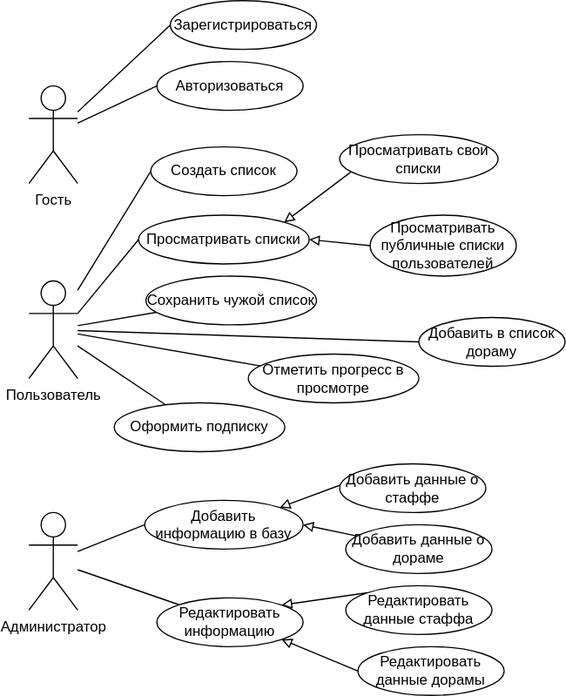
Before: docs/img/use-case.svg, a diagram exported from draw.io (AskaryanKarine/DoramaSet). Source tidied: cells renumbered, new cells last; positions are measured from the earlier drawing's top-left corner, leaving out a move shared by most shapes.
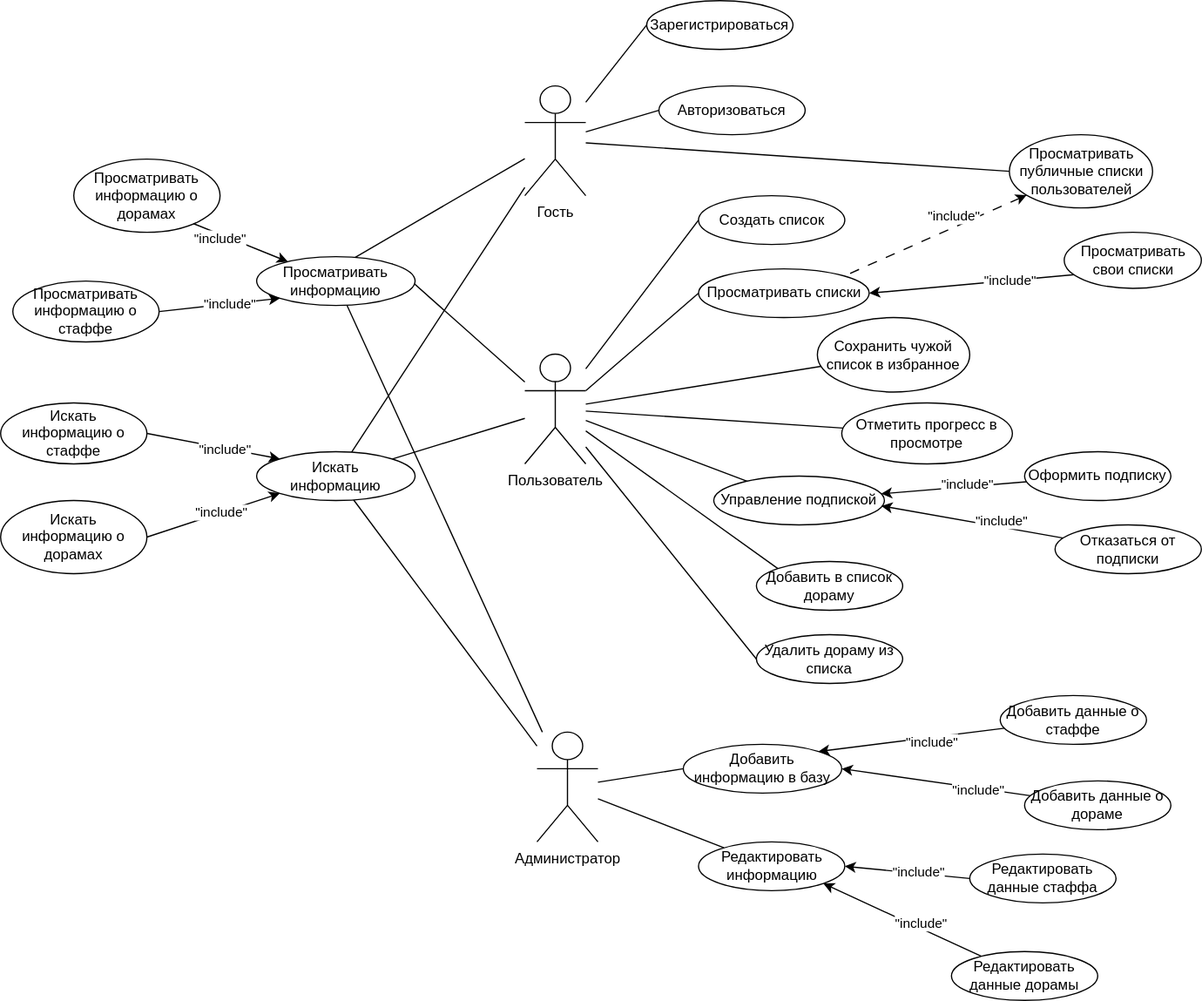
Above is the later version.

The edit, as a diff of the source:
```diff
@@ -8,14 +8,20 @@
     <mxCell id="3" style="edgeStyle=none;rounded=0;jettySize=auto;html=1;entryX=0;entryY=0.5;entryDx=0;entryDy=0;endArrow=none;endFill=0;" parent="1" edge="1" source="4" target="6">
       <mxGeometry relative="1" as="geometry" />
     </mxCell>
+    <mxCell id="37" style="edgeStyle=none;rounded=0;jettySize=auto;html=1;entryX=0.611;entryY=0.035;entryDx=0;entryDy=0;entryPerimeter=0;endArrow=none;endFill=0;" parent="1" edge="1" source="4" target="54">
+      <mxGeometry relative="1" as="geometry" />
+    </mxCell>
+    <mxCell id="38" style="edgeStyle=none;rounded=0;jettySize=auto;html=1;entryX=0;entryY=0.5;entryDx=0;entryDy=0;endArrow=none;endFill=0;" parent="1" edge="1" source="4" target="19">
+      <mxGeometry relative="1" as="geometry" />
+    </mxCell>
     <mxCell id="4" value="Гость" style="shape=umlActor;verticalLabelPosition=bottom;verticalAlign=top;html=1;outlineConnect=0;" parent="1" vertex="1">
-      <mxGeometry y="70" width="40" height="80" as="geometry" />
+      <mxGeometry x="-10" width="50" height="90" as="geometry" />
     </mxCell>
     <mxCell id="5" value="Зарегистрироваться" style="ellipse;whiteSpace=wrap;html=1;" parent="1" vertex="1">
-      <mxGeometry x="116" width="120" height="40" as="geometry" />
+      <mxGeometry x="90" y="-70" width="120" height="40" as="geometry" />
     </mxCell>
     <mxCell id="6" value="Авторизоваться" style="ellipse;whiteSpace=wrap;html=1;" parent="1" vertex="1">
-      <mxGeometry x="105" y="50" width="120" height="40" as="geometry" />
+      <mxGeometry x="100" width="120" height="40" as="geometry" />
     </mxCell>
     <mxCell id="7" style="rounded=0;jettySize=auto;html=1;entryX=0;entryY=0.5;entryDx=0;entryDy=0;endArrow=none;endFill=0;" parent="1" edge="1" source="10" target="13">
       <mxGeometry relative="1" as="geometry" />
@@ -23,89 +29,196 @@
     <mxCell id="8" style="edgeStyle=none;rounded=0;jettySize=auto;html=1;entryX=0;entryY=0.5;entryDx=0;entryDy=0;endArrow=none;endFill=0;exitX=1;exitY=0.3333333333333333;exitDx=0;exitDy=0;exitPerimeter=0;" parent="1" edge="1" source="10" target="15">
       <mxGeometry relative="1" as="geometry" />
     </mxCell>
-    <mxCell id="9" style="rounded=0;jettySize=auto;html=1;entryX=0;entryY=0.5;entryDx=0;entryDy=0;endArrow=none;endFill=0;" parent="1" edge="1" source="10" target="32">
+    <mxCell id="9" style="rounded=0;jettySize=auto;html=1;entryX=0;entryY=0;entryDx=0;entryDy=0;endArrow=none;endFill=0;" parent="1" edge="1" source="10" target="32">
       <mxGeometry relative="1" as="geometry" />
     </mxCell>
+    <mxCell id="39" style="edgeStyle=none;rounded=0;jettySize=auto;html=1;entryX=1;entryY=0;entryDx=0;entryDy=0;endArrow=none;endFill=0;" parent="1" edge="1" source="10" target="54">
+      <mxGeometry relative="1" as="geometry" />
+    </mxCell>
+    <mxCell id="40" style="edgeStyle=none;rounded=0;jettySize=auto;html=1;entryX=0;entryY=0.5;entryDx=0;entryDy=0;endArrow=none;endFill=0;" parent="1" edge="1" source="10" target="61">
+      <mxGeometry relative="1" as="geometry" />
+    </mxCell>
     <mxCell id="10" value="Пользователь" style="shape=umlActor;verticalLabelPosition=bottom;verticalAlign=top;html=1;outlineConnect=0;" parent="1" vertex="1">
-      <mxGeometry y="230" width="40" height="80" as="geometry" />
+      <mxGeometry x="-10" y="220" width="50" height="90" as="geometry" />
     </mxCell>
     <mxCell id="11" style="edgeStyle=none;rounded=0;jettySize=auto;html=1;entryX=0;entryY=0.5;entryDx=0;entryDy=0;endArrow=none;endFill=0;" parent="1" edge="1" source="12" target="14">
       <mxGeometry relative="1" as="geometry" />
     </mxCell>
     <mxCell id="12" value="Администратор" style="shape=umlActor;verticalLabelPosition=bottom;verticalAlign=top;html=1;outlineConnect=0;" parent="1" vertex="1">
-      <mxGeometry y="420" width="40" height="80" as="geometry" />
+      <mxGeometry y="530" width="50" height="90" as="geometry" />
     </mxCell>
     <mxCell id="13" value="Создать список" style="ellipse;whiteSpace=wrap;html=1;" parent="1" vertex="1">
-      <mxGeometry x="100" y="120" width="120" height="40" as="geometry" />
+      <mxGeometry x="132.5" y="90" width="120" height="40" as="geometry" />
     </mxCell>
     <mxCell id="14" value="Добавить информацию в базу" style="ellipse;whiteSpace=wrap;html=1;" parent="1" vertex="1">
-      <mxGeometry x="95" y="410" width="130" height="40" as="geometry" />
+      <mxGeometry x="120" y="540" width="130" height="40" as="geometry" />
     </mxCell>
     <mxCell id="15" value="Просматривать списки" style="ellipse;whiteSpace=wrap;html=1;" parent="1" vertex="1">
-      <mxGeometry x="90" y="176" width="140" height="40" as="geometry" />
+      <mxGeometry x="132.5" y="150" width="140" height="40" as="geometry" />
     </mxCell>
-    <mxCell id="16" style="edgeStyle=none;rounded=0;jettySize=auto;html=1;endArrow=block;endFill=0;exitX=0.075;exitY=0.755;exitDx=0;exitDy=0;exitPerimeter=0;entryX=1;entryY=0;entryDx=0;entryDy=0;" parent="1" edge="1" source="17" target="15">
+    <mxCell id="16" style="edgeStyle=none;rounded=0;jettySize=auto;html=1;endArrow=classic;endFill=1;exitX=0.075;exitY=0.755;exitDx=0;exitDy=0;exitPerimeter=0;entryX=1;entryY=0.5;entryDx=0;entryDy=0;" parent="1" edge="1" source="17" target="15">
       <mxGeometry relative="1" as="geometry" />
     </mxCell>
+    <mxCell id="41" value="&quot;include&quot;" style="edgeLabel;html=1;align=center;verticalAlign=middle;" parent="16" vertex="1">
+      <mxGeometry x="-0.36" y="1" relative="1" as="geometry">
+        <mxPoint y="-1" as="offset" />
+      </mxGeometry>
+    </mxCell>
     <mxCell id="17" value="Просматривать свои списки" style="ellipse;whiteSpace=wrap;html=1;" parent="1" vertex="1">
-      <mxGeometry x="255" y="110" width="130" height="40" as="geometry" />
+      <mxGeometry x="432.5" y="120" width="112.5" height="46" as="geometry" />
     </mxCell>
-    <mxCell id="18" style="edgeStyle=none;rounded=0;jettySize=auto;html=1;exitX=0;exitY=0.5;exitDx=0;exitDy=0;entryX=1;entryY=0.5;entryDx=0;entryDy=0;endArrow=block;endFill=0;" parent="1" edge="1" source="19" target="15">
+    <mxCell id="18" style="rounded=0;jettySize=auto;html=1;entryX=1;entryY=0;entryDx=0;entryDy=0;dashed=1;dashPattern=8 8;startArrow=classic;startFill=1;endArrow=none;endFill=0;" parent="1" edge="1" source="19" target="15">
       <mxGeometry relative="1" as="geometry" />
     </mxCell>
+    <mxCell id="42" value="&quot;include&quot;" style="edgeLabel;html=1;align=center;verticalAlign=middle;" parent="18" vertex="1">
+      <mxGeometry x="-0.21" y="5" relative="1" as="geometry">
+        <mxPoint x="-4" y="-14" as="offset" />
+      </mxGeometry>
+    </mxCell>
     <mxCell id="19" value="Просматривать публичные списки пользователей" style="ellipse;whiteSpace=wrap;html=1;" parent="1" vertex="1">
-      <mxGeometry x="280" y="176" width="120" height="50" as="geometry" />
+      <mxGeometry x="387.5" y="40" width="117.5" height="60" as="geometry" />
     </mxCell>
     <mxCell id="20" style="edgeStyle=none;rounded=0;jettySize=auto;html=1;endArrow=none;endFill=0;" parent="1" edge="1" source="21" target="12">
       <mxGeometry relative="1" as="geometry" />
     </mxCell>
     <mxCell id="21" value="Редактировать информацию" style="ellipse;whiteSpace=wrap;html=1;" parent="1" vertex="1">
-      <mxGeometry x="105" y="490" width="120" height="40" as="geometry" />
+      <mxGeometry x="132.5" y="620" width="120" height="40" as="geometry" />
     </mxCell>
-    <mxCell id="22" style="edgeStyle=none;rounded=0;jettySize=auto;html=1;endArrow=block;endFill=0;entryX=1;entryY=0;entryDx=0;entryDy=0;exitX=0;exitY=0;exitDx=0;exitDy=0;" parent="1" edge="1" source="23" target="21">
+    <mxCell id="22" style="edgeStyle=none;rounded=0;jettySize=auto;html=1;endArrow=classic;endFill=1;entryX=1;entryY=0.5;entryDx=0;entryDy=0;exitX=0;exitY=0.5;exitDx=0;exitDy=0;" parent="1" edge="1" source="23" target="21">
       <mxGeometry relative="1" as="geometry" />
     </mxCell>
+    <mxCell id="43" value="&quot;include&quot;" style="edgeLabel;html=1;align=center;verticalAlign=middle;" parent="22" vertex="1">
+      <mxGeometry x="-0.17" y="-1" relative="1" as="geometry" />
+    </mxCell>
     <mxCell id="23" value="Редактировать данные стаффа" style="ellipse;whiteSpace=wrap;html=1;" parent="1" vertex="1">
-      <mxGeometry x="260" y="480" width="120" height="40" as="geometry" />
+      <mxGeometry x="355" y="630" width="120" height="40" as="geometry" />
     </mxCell>
-    <mxCell id="24" style="edgeStyle=none;rounded=0;jettySize=auto;html=1;endArrow=block;endFill=0;entryX=1;entryY=1;entryDx=0;entryDy=0;exitX=0;exitY=0.5;exitDx=0;exitDy=0;" parent="1" edge="1" source="25" target="21">
+    <mxCell id="24" style="edgeStyle=none;rounded=0;jettySize=auto;html=1;endArrow=classic;endFill=1;entryX=1;entryY=1;entryDx=0;entryDy=0;" parent="1" edge="1" source="25" target="21">
       <mxGeometry relative="1" as="geometry" />
     </mxCell>
+    <mxCell id="44" value="&quot;include&quot;" style="edgeLabel;html=1;align=center;verticalAlign=middle;" parent="24" vertex="1">
+      <mxGeometry x="-0.2" y="-4" relative="1" as="geometry" />
+    </mxCell>
     <mxCell id="25" value="Редактировать данные дорамы" style="ellipse;whiteSpace=wrap;html=1;" parent="1" vertex="1">
-      <mxGeometry x="270" y="530" width="120" height="40" as="geometry" />
+      <mxGeometry x="340" y="710" width="120" height="40" as="geometry" />
     </mxCell>
-    <mxCell id="26" style="edgeStyle=none;rounded=0;jettySize=auto;html=1;entryX=1;entryY=0;entryDx=0;entryDy=0;endArrow=block;endFill=0;exitX=0.022;exitY=0.417;exitDx=0;exitDy=0;exitPerimeter=0;" parent="1" edge="1" source="27" target="14">
+    <mxCell id="26" style="edgeStyle=none;rounded=0;jettySize=auto;html=1;entryX=1;entryY=0;entryDx=0;entryDy=0;endArrow=classic;endFill=1;" parent="1" edge="1" source="27" target="14">
       <mxGeometry relative="1" as="geometry" />
     </mxCell>
+    <mxCell id="45" value="&quot;include&quot;" style="edgeLabel;html=1;align=center;verticalAlign=middle;" parent="26" vertex="1">
+      <mxGeometry x="-0.21" y="4" relative="1" as="geometry">
+        <mxPoint y="-1" as="offset" />
+      </mxGeometry>
+    </mxCell>
     <mxCell id="27" value="Добавить данные о стаффе" style="ellipse;whiteSpace=wrap;html=1;" parent="1" vertex="1">
-      <mxGeometry x="255" y="380" width="120" height="40" as="geometry" />
+      <mxGeometry x="380" y="500" width="120" height="40" as="geometry" />
     </mxCell>
-    <mxCell id="28" style="edgeStyle=none;rounded=0;jettySize=auto;html=1;entryX=1;entryY=0.5;entryDx=0;entryDy=0;endArrow=block;endFill=0;" parent="1" edge="1" source="29" target="14">
+    <mxCell id="28" style="edgeStyle=none;rounded=0;jettySize=auto;html=1;entryX=1;entryY=0.5;entryDx=0;entryDy=0;endArrow=classic;endFill=1;" parent="1" edge="1" source="29" target="14">
       <mxGeometry relative="1" as="geometry" />
     </mxCell>
+    <mxCell id="46" value="&quot;include&quot;" style="edgeLabel;html=1;align=center;verticalAlign=middle;" parent="28" vertex="1">
+      <mxGeometry x="-0.44" y="2" relative="1" as="geometry" />
+    </mxCell>
     <mxCell id="29" value="Добавить данные о дораме" style="ellipse;whiteSpace=wrap;html=1;" parent="1" vertex="1">
-      <mxGeometry x="260" y="430" width="120" height="40" as="geometry" />
+      <mxGeometry x="400" y="570" width="120" height="40" as="geometry" />
     </mxCell>
     <mxCell id="30" style="edgeStyle=none;rounded=0;jettySize=auto;html=1;endArrow=none;endFill=0;" parent="1" edge="1" source="31" target="10">
       <mxGeometry relative="1" as="geometry" />
     </mxCell>
-    <mxCell id="31" value="Сохранить чужой список" style="ellipse;whiteSpace=wrap;html=1;" parent="1" vertex="1">
-      <mxGeometry x="96" y="226" width="140" height="40" as="geometry" />
+    <mxCell id="31" value="Сохранить чужой список в избранное" style="ellipse;whiteSpace=wrap;html=1;" parent="1" vertex="1">
+      <mxGeometry x="230" y="190" width="125" height="61" as="geometry" />
     </mxCell>
     <mxCell id="32" value="Добавить в список дораму" style="ellipse;whiteSpace=wrap;html=1;" parent="1" vertex="1">
-      <mxGeometry x="320" y="260" width="120" height="40" as="geometry" />
+      <mxGeometry x="180" y="390" width="120" height="40" as="geometry" />
     </mxCell>
     <mxCell id="33" style="edgeStyle=none;rounded=0;jettySize=auto;html=1;endArrow=none;endFill=0;" parent="1" edge="1" source="34" target="10">
       <mxGeometry relative="1" as="geometry" />
     </mxCell>
     <mxCell id="34" value="Отметить прогресс в просмотре" style="ellipse;whiteSpace=wrap;html=1;" parent="1" vertex="1">
-      <mxGeometry x="180" y="290" width="140" height="40" as="geometry" />
+      <mxGeometry x="250" y="260" width="140" height="50" as="geometry" />
     </mxCell>
     <mxCell id="35" style="rounded=0;jettySize=auto;html=1;endArrow=none;endFill=0;" parent="1" edge="1" source="36" target="10">
       <mxGeometry relative="1" as="geometry" />
     </mxCell>
-    <mxCell id="36" value="Оформить подписку" style="ellipse;whiteSpace=wrap;html=1;" parent="1" vertex="1">
-      <mxGeometry x="70" y="330" width="140" height="40" as="geometry" />
+    <mxCell id="36" value="Управление подпиской" style="ellipse;whiteSpace=wrap;html=1;" parent="1" vertex="1">
+      <mxGeometry x="145" y="320" width="140" height="40" as="geometry" />
     </mxCell>
+    <mxCell id="47" style="edgeStyle=none;rounded=0;jettySize=auto;html=1;endArrow=classic;endFill=1;" parent="1" edge="1" source="49" target="36">
+      <mxGeometry relative="1" as="geometry" />
+    </mxCell>
+    <mxCell id="48" value="&quot;include&quot;" style="edgeLabel;html=1;align=center;verticalAlign=middle;" parent="47" vertex="1">
+      <mxGeometry x="-0.19" y="-2" relative="1" as="geometry" />
+    </mxCell>
+    <mxCell id="49" value="Оформить подписку" style="ellipse;whiteSpace=wrap;html=1;" parent="1" vertex="1">
+      <mxGeometry x="400" y="300" width="120" height="40" as="geometry" />
+    </mxCell>
+    <mxCell id="50" style="edgeStyle=none;rounded=0;jettySize=auto;html=1;entryX=0.982;entryY=0.611;entryDx=0;entryDy=0;endArrow=classic;endFill=1;entryPerimeter=0;" parent="1" edge="1" source="52" target="36">
+      <mxGeometry relative="1" as="geometry" />
+    </mxCell>
+    <mxCell id="51" value="&quot;include&quot;" style="edgeLabel;html=1;align=center;verticalAlign=middle;" parent="50" vertex="1">
+      <mxGeometry x="-0.3" y="-5" relative="1" as="geometry" />
+    </mxCell>
+    <mxCell id="52" value="Отказаться от подписки" style="ellipse;whiteSpace=wrap;html=1;" parent="1" vertex="1">
+      <mxGeometry x="425" y="360" width="120" height="40" as="geometry" />
+    </mxCell>
+    <mxCell id="53" style="edgeStyle=none;rounded=0;jettySize=auto;html=1;endArrow=none;endFill=0;" parent="1" edge="1" source="54" target="12">
+      <mxGeometry relative="1" as="geometry" />
+    </mxCell>
+    <mxCell id="54" value="Просматривать информацию" style="ellipse;whiteSpace=wrap;html=1;" parent="1" vertex="1">
+      <mxGeometry x="-230" y="140" width="130" height="40" as="geometry" />
+    </mxCell>
+    <mxCell id="55" style="edgeStyle=none;rounded=0;jettySize=auto;html=1;exitX=0.797;exitY=0.865;exitDx=0;exitDy=0;endArrow=classic;endFill=1;exitPerimeter=0;" parent="1" edge="1" source="57" target="54">
+      <mxGeometry relative="1" as="geometry" />
+    </mxCell>
+    <mxCell id="56" value="&quot;include&quot;" style="edgeLabel;html=1;align=center;verticalAlign=middle;" parent="55" vertex="1">
+      <mxGeometry x="-0.38" y="-3" relative="1" as="geometry" />
+    </mxCell>
+    <mxCell id="57" value="Просматривать информацию о дорамах" style="ellipse;whiteSpace=wrap;html=1;" parent="1" vertex="1">
+      <mxGeometry x="-380" y="60" width="120" height="60" as="geometry" />
+    </mxCell>
+    <mxCell id="58" style="edgeStyle=none;rounded=0;jettySize=auto;html=1;exitX=1;exitY=0.5;exitDx=0;exitDy=0;entryX=0;entryY=1;entryDx=0;entryDy=0;endArrow=classic;endFill=1;" parent="1" edge="1" source="60" target="54">
+      <mxGeometry relative="1" as="geometry" />
+    </mxCell>
+    <mxCell id="59" value="&quot;include&quot;" style="edgeLabel;html=1;align=center;verticalAlign=middle;" parent="58" vertex="1">
+      <mxGeometry x="0.17" relative="1" as="geometry" />
+    </mxCell>
+    <mxCell id="60" value="Просматривать информацию о стаффе" style="ellipse;whiteSpace=wrap;html=1;" parent="1" vertex="1">
+      <mxGeometry x="-430" y="160" width="120" height="50" as="geometry" />
+    </mxCell>
+    <mxCell id="61" value="Удалить дораму из списка" style="ellipse;whiteSpace=wrap;html=1;" parent="1" vertex="1">
+      <mxGeometry x="180" y="450" width="120" height="40" as="geometry" />
+    </mxCell>
+    <mxCell id="62" style="edgeStyle=none;rounded=0;jettySize=auto;html=1;endArrow=none;endFill=0;" parent="1" edge="1" source="65" target="10">
+      <mxGeometry relative="1" as="geometry" />
+    </mxCell>
+    <mxCell id="63" style="edgeStyle=none;rounded=0;jettySize=auto;html=1;endArrow=none;endFill=0;" parent="1" edge="1" source="65" target="12">
+      <mxGeometry relative="1" as="geometry" />
+    </mxCell>
+    <mxCell id="64" style="edgeStyle=none;rounded=0;jettySize=auto;html=1;endArrow=none;endFill=0;" parent="1" edge="1" source="65" target="4">
+      <mxGeometry relative="1" as="geometry" />
+    </mxCell>
+    <mxCell id="65" value="Искать &lt;br&gt;информацию" style="ellipse;whiteSpace=wrap;html=1;" parent="1" vertex="1">
+      <mxGeometry x="-230" y="300" width="130" height="40" as="geometry" />
+    </mxCell>
+    <mxCell id="66" style="edgeStyle=none;rounded=0;jettySize=auto;html=1;exitX=1;exitY=0.5;exitDx=0;exitDy=0;endArrow=classic;endFill=1;entryX=0;entryY=1;entryDx=0;entryDy=0;" parent="1" edge="1" source="68" target="65">
+      <mxGeometry relative="1" as="geometry" />
+    </mxCell>
+    <mxCell id="67" value="&quot;include&quot;" style="edgeLabel;html=1;align=center;verticalAlign=middle;" parent="66" vertex="1">
+      <mxGeometry x="-0.38" y="-3" relative="1" as="geometry">
+        <mxPoint x="25" y="-12" as="offset" />
+      </mxGeometry>
+    </mxCell>
+    <mxCell id="68" value="Искать &lt;br&gt;информацию о дорамах" style="ellipse;whiteSpace=wrap;html=1;" parent="1" vertex="1">
+      <mxGeometry x="-440" y="340" width="120" height="60" as="geometry" />
+    </mxCell>
+    <mxCell id="69" style="edgeStyle=none;rounded=0;jettySize=auto;html=1;exitX=1;exitY=0.5;exitDx=0;exitDy=0;entryX=0;entryY=0;entryDx=0;entryDy=0;endArrow=classic;endFill=1;" parent="1" edge="1" source="71" target="65">
+      <mxGeometry relative="1" as="geometry" />
+    </mxCell>
+    <mxCell id="70" value="&quot;include&quot;" style="edgeLabel;html=1;align=center;verticalAlign=middle;" parent="69" vertex="1">
+      <mxGeometry x="0.17" relative="1" as="geometry" />
+    </mxCell>
+    <mxCell id="71" value="Искать&lt;br&gt;информацию о стаффе" style="ellipse;whiteSpace=wrap;html=1;" parent="1" vertex="1">
+      <mxGeometry x="-440" y="260" width="120" height="50" as="geometry" />
+    </mxCell>
   </root>
 </mxGraphModel>
```
